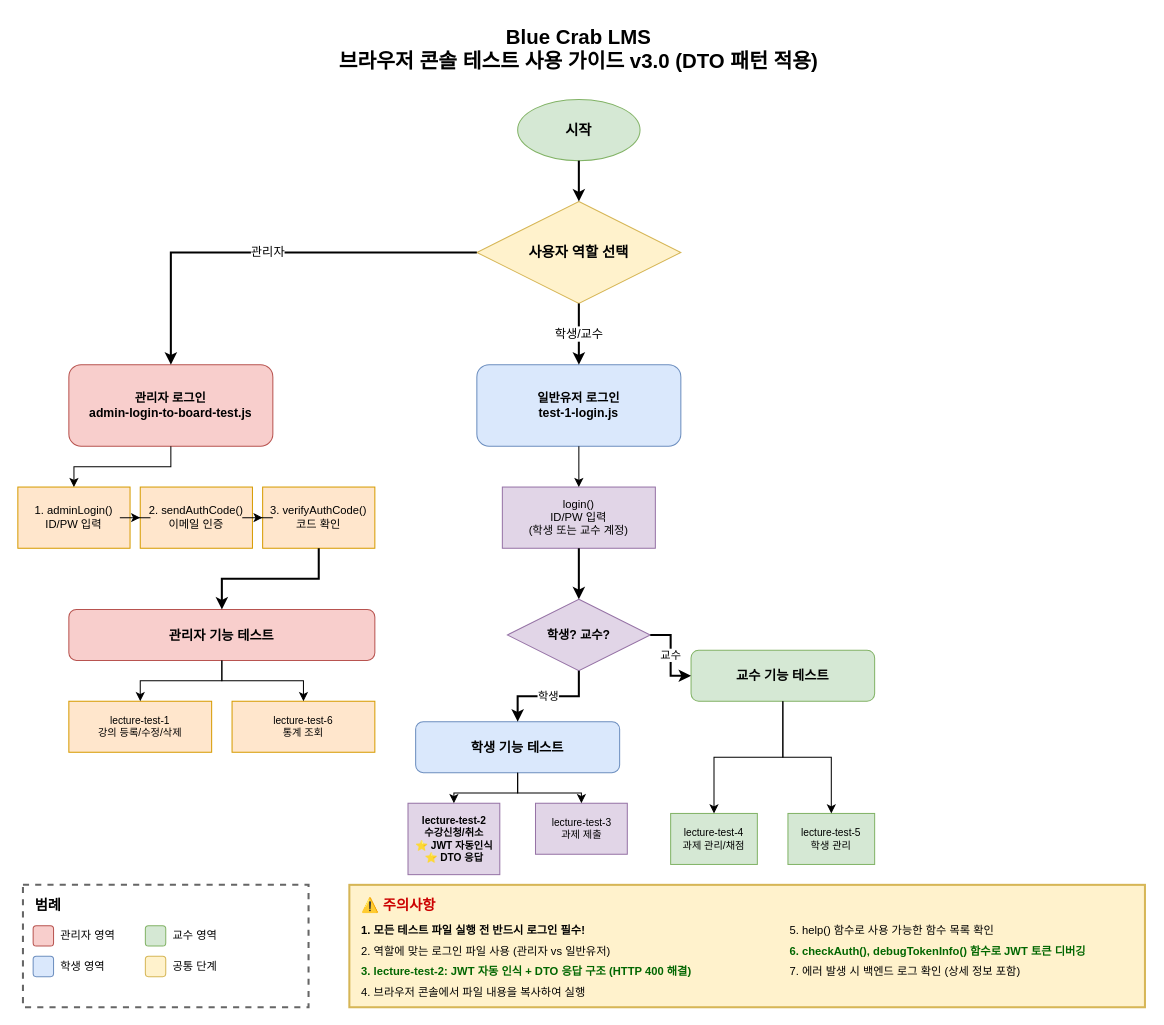
This is backend/BlueCrab/docs/강의관련기능/브라우저콘솔테스트/usage-diagram.drawio from hooting76/blue-crab-lms, a draw.io file, before an edit. Source tidied: cells renumbered, new cells numbered last; positions are measured from the earlier drawing's top-left corner, leaving out a move shared by most shapes. Both pictures are drawn from the tidied source at 102%, with x=0, y=0 at pixel (17, 17).
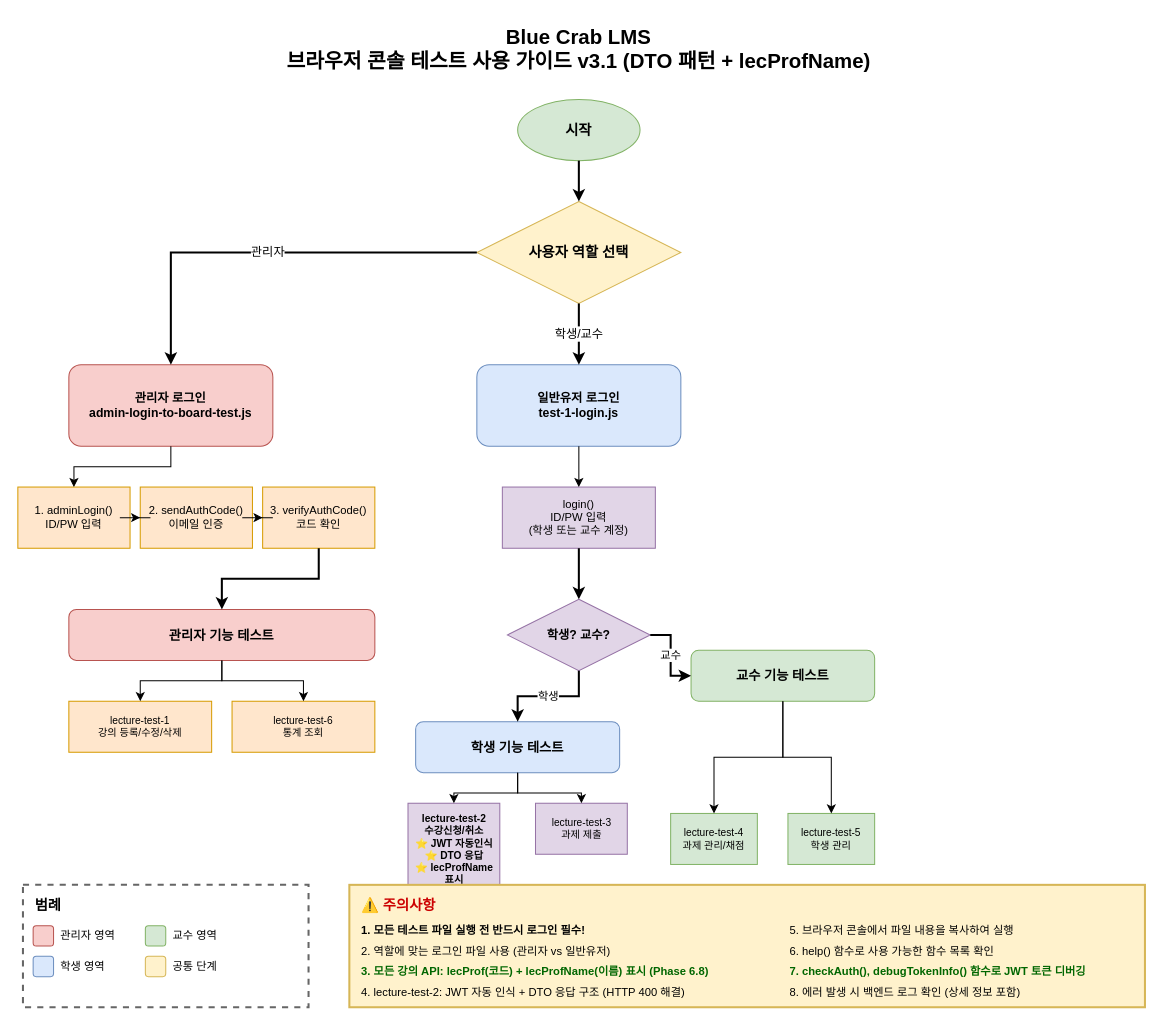
The same page after the edit.

The edit, as a diff of the source:
```diff
@@
-    <mxCell id="2" value="Blue Crab LMS&#10;브라우저 콘솔 테스트 사용 가이드 v3.0 (DTO 패턴 적용)" style="text;html=1;strokeColor=none;fillColor=default;align=center;verticalAlign=middle;whiteSpace=wrap;rounded=0;fontSize=20;fontStyle=1;" parent="1" vertex="1">
+    <mxCell id="2" value="Blue Crab LMS&#10;브라우저 콘솔 테스트 사용 가이드 v3.1 (DTO 패턴 + lecProfName)" style="text;html=1;strokeColor=none;fillColor=default;align=center;verticalAlign=middle;whiteSpace=wrap;rounded=0;fontSize=20;fontStyle=1;" parent="1" vertex="1">
       <mxGeometry x="250" width="600" height="60" as="geometry" />
     </mxCell>
@@
-    <mxCell id="28" value="lecture-test-2&#10;수강신청/취소&#10;⭐ JWT 자동인식&#10;⭐ DTO 응답" style="rounded=0;whiteSpace=wrap;html=1;fillColor=#e1d5e7;strokeColor=#9673a6;fontSize=10;fontStyle=1;" parent="1" vertex="1">
-      <mxGeometry x="382.5" y="770" width="90" height="70" as="geometry" />
+    <mxCell id="28" value="lecture-test-2&#10;수강신청/취소&#10;⭐ JWT 자동인식&#10;⭐ DTO 응답&#10;⭐ lecProfName 표시" style="rounded=0;whiteSpace=wrap;html=1;fillColor=#e1d5e7;strokeColor=#9673a6;fontSize=10;fontStyle=1;" parent="1" vertex="1">
+      <mxGeometry x="382.5" y="770" width="90" height="90" as="geometry" />
     </mxCell>
@@
-    <mxCell id="52" value="3. lecture-test-2: JWT 자동 인식 + DTO 응답 구조 (HTTP 400 해결)" style="text;html=1;strokeColor=none;fillColor=none;align=left;verticalAlign=middle;whiteSpace=wrap;rounded=0;fontSize=11;fontStyle=1;fontColor=#006600;" parent="1" vertex="1">
+    <mxCell id="52" value="3. 모든 강의 API: lecProf(코드) + lecProfName(이름) 표시 (Phase 6.8)" style="text;html=1;strokeColor=none;fillColor=none;align=left;verticalAlign=middle;whiteSpace=wrap;rounded=0;fontSize=11;fontStyle=1;fontColor=#006600;" parent="1" vertex="1">
       <mxGeometry x="335" y="925" width="450" height="20" as="geometry" />
     </mxCell>
-    <mxCell id="53" value="4. 브라우저 콘솔에서 파일 내용을 복사하여 실행" style="text;html=1;strokeColor=none;fillColor=none;align=left;verticalAlign=middle;whiteSpace=wrap;rounded=0;fontSize=11;" parent="1" vertex="1">
-      <mxGeometry x="335" y="945" width="380" height="20" as="geometry" />
+    <mxCell id="53" value="4. lecture-test-2: JWT 자동 인식 + DTO 응답 구조 (HTTP 400 해결)" style="text;html=1;strokeColor=none;fillColor=none;align=left;verticalAlign=middle;whiteSpace=wrap;rounded=0;fontSize=11;" parent="1" vertex="1">
+      <mxGeometry x="335" y="945" width="450" height="20" as="geometry" />
     </mxCell>
-    <mxCell id="54" value="5. help() 함수로 사용 가능한 함수 목록 확인" style="text;html=1;strokeColor=none;fillColor=none;align=left;verticalAlign=middle;whiteSpace=wrap;rounded=0;fontSize=11;" parent="1" vertex="1">
+    <mxCell id="54" value="5. 브라우저 콘솔에서 파일 내용을 복사하여 실행" style="text;html=1;strokeColor=none;fillColor=none;align=left;verticalAlign=middle;whiteSpace=wrap;rounded=0;fontSize=11;" parent="1" vertex="1">
       <mxGeometry x="755" y="885" width="330" height="20" as="geometry" />
     </mxCell>
-    <mxCell id="55" value="6. checkAuth(), debugTokenInfo() 함수로 JWT 토큰 디버깅" style="text;html=1;strokeColor=none;fillColor=none;align=left;verticalAlign=middle;whiteSpace=wrap;rounded=0;fontSize=11;fontColor=#006600;fontStyle=1;" parent="1" vertex="1">
-      <mxGeometry x="755" y="905" width="340" height="20" as="geometry" />
+    <mxCell id="55" value="6. help() 함수로 사용 가능한 함수 목록 확인" style="text;html=1;strokeColor=none;fillColor=none;align=left;verticalAlign=middle;whiteSpace=wrap;rounded=0;fontSize=11;" parent="1" vertex="1">
+      <mxGeometry x="755" y="905" width="330" height="20" as="geometry" />
     </mxCell>
-    <mxCell id="56" value="7. 에러 발생 시 백엔드 로그 확인 (상세 정보 포함)" style="text;html=1;strokeColor=none;fillColor=none;align=left;verticalAlign=middle;whiteSpace=wrap;rounded=0;fontSize=11;" parent="1" vertex="1">
+    <mxCell id="56" value="7. checkAuth(), debugTokenInfo() 함수로 JWT 토큰 디버깅" style="text;html=1;strokeColor=none;fillColor=none;align=left;verticalAlign=middle;whiteSpace=wrap;rounded=0;fontSize=11;fontColor=#006600;fontStyle=1;" parent="1" vertex="1">
       <mxGeometry x="755" y="925" width="340" height="20" as="geometry" />
     </mxCell>
+    <mxCell id="57" value="8. 에러 발생 시 백엔드 로그 확인 (상세 정보 포함)" style="text;html=1;strokeColor=none;fillColor=none;align=left;verticalAlign=middle;whiteSpace=wrap;rounded=0;fontSize=11;" parent="1" vertex="1">
+      <mxGeometry x="755" y="945" width="340" height="20" as="geometry" />
+    </mxCell>
```
